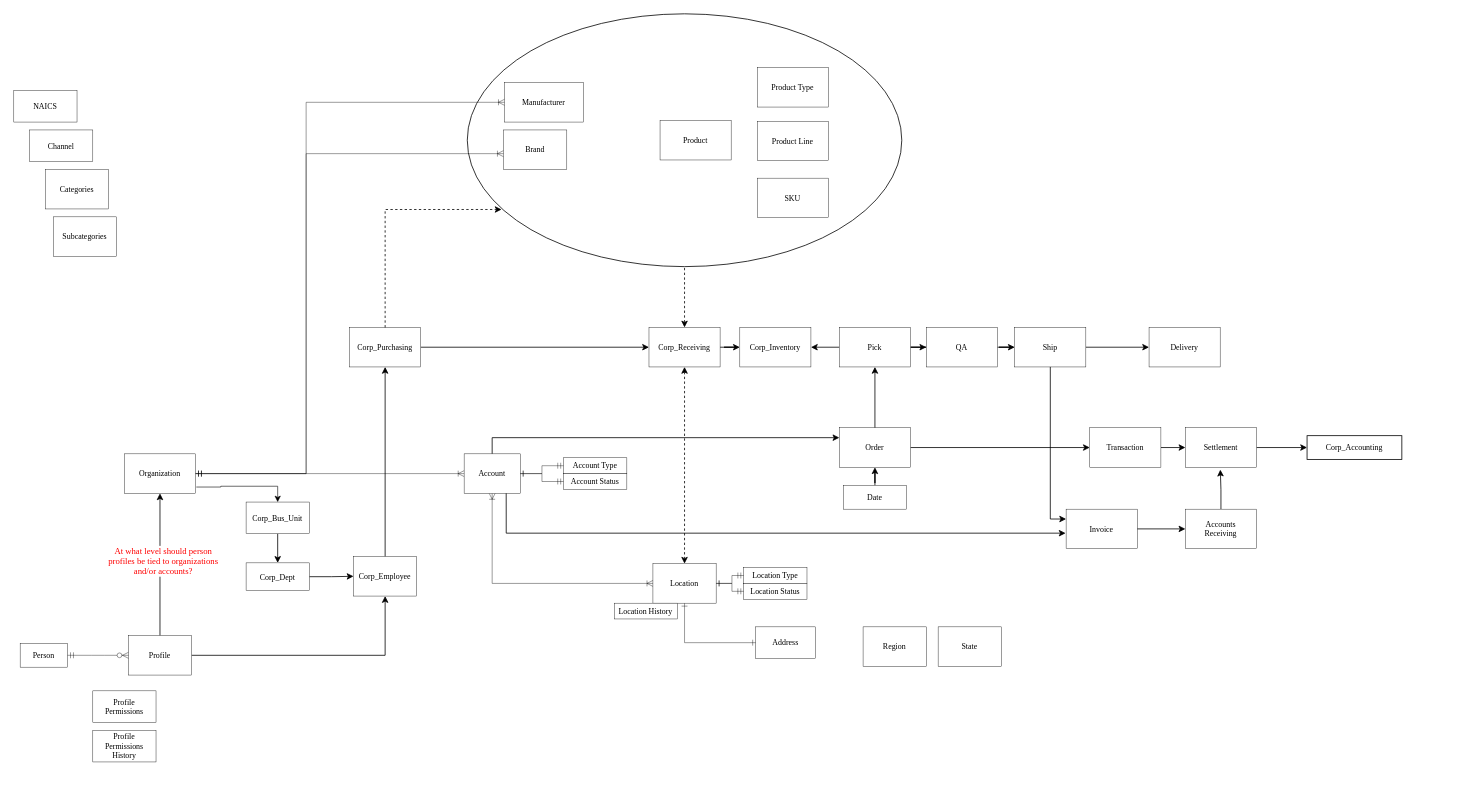
Earlier version of the draw.io diagram data_models/edw.drawio (sean-gits-py/sql_dimension_tables). Source tidied: cells renumbered, new cells numbered last; positions are measured from the earlier drawing's top-left corner, leaving out a move shared by most shapes. Both pictures are drawn from the tidied source at 79%, with x=0, y=0 at pixel (13, 13).
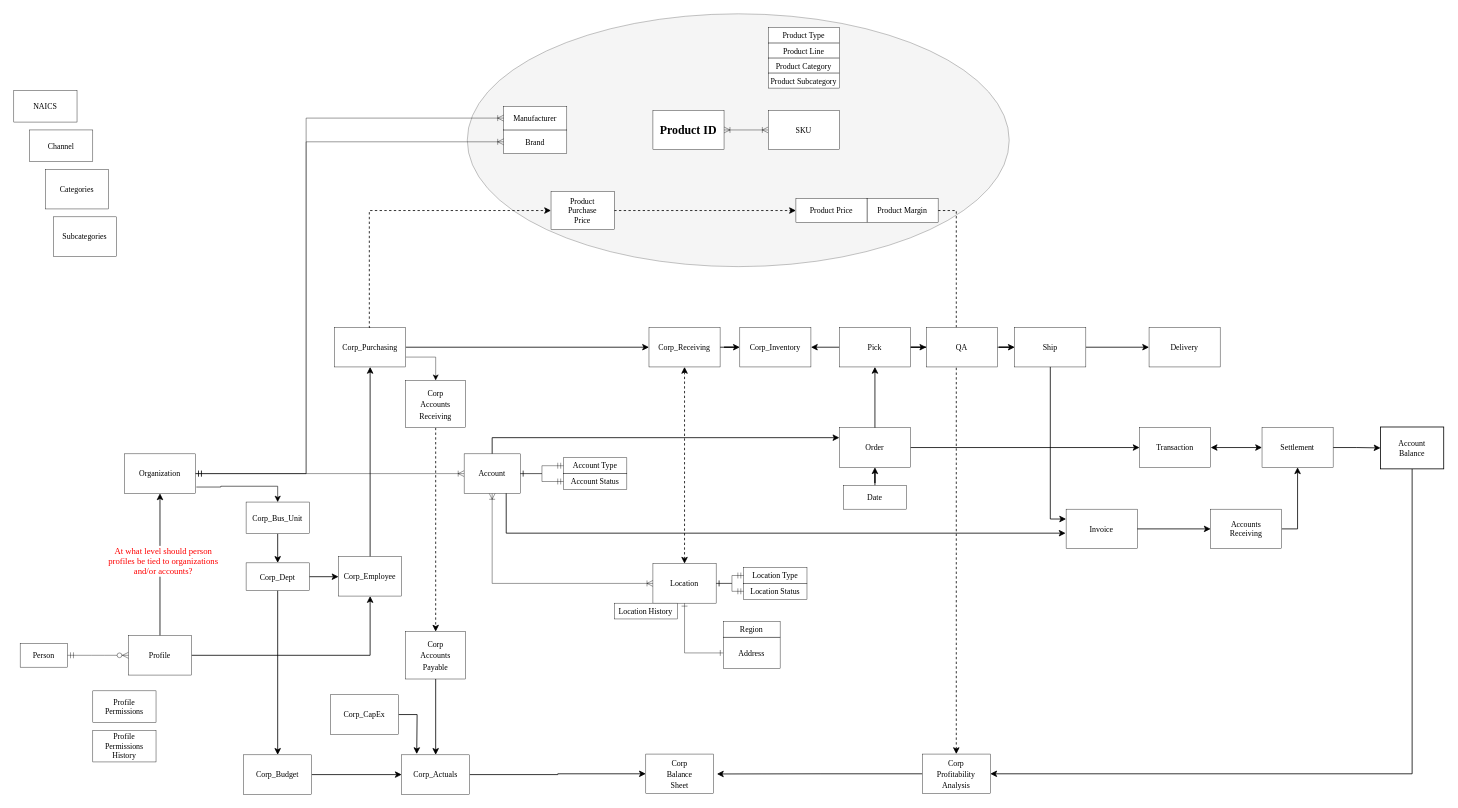
The same diagram, later.

Unchanged cells that the change refers to:
```xml
<mxCell id="6" value="Organization" style="rounded=0;whiteSpace=wrap;html=1;strokeWidth=0.5;fontStyle=0;fontSize=10;fontFamily=Times New Roman;" parent="1" vertex="1">
  <mxGeometry x="140" y="557" width="90" height="50" as="geometry" />
</mxCell>
<mxCell id="27" value="Corp_Dept" style="rounded=0;whiteSpace=wrap;html=1;strokeWidth=0.5;fontStyle=0;fontSize=10;fontFamily=Times New Roman;" parent="1" vertex="1">
  <mxGeometry x="294" y="695" width="80" height="35" as="geometry" />
</mxCell>
<mxCell id="65" value="Corp_Receiving" style="rounded=0;whiteSpace=wrap;html=1;strokeWidth=0.5;fontStyle=0;fontSize=10;fontFamily=Times New Roman;" parent="1" vertex="1">
  <mxGeometry x="804" y="397" width="90" height="50" as="geometry" />
</mxCell>
```

What changed in the source:
```diff
@@
-    <mxCell id="2" style="ellipse;whiteSpace=wrap;html=1;fillColor=none;" parent="1" vertex="1">
-      <mxGeometry x="574" width="550" height="320" as="geometry" />
+    <mxCell id="2" style="ellipse;whiteSpace=wrap;html=1;fillColor=#f5f5f5;fontColor=#333333;strokeColor=#666666;strokeWidth=0.5;" parent="1" vertex="1">
+      <mxGeometry x="574" width="686" height="320" as="geometry" />
     </mxCell>
+    <mxCell id="81" style="edgeStyle=orthogonalEdgeStyle;rounded=0;jettySize=auto;html=1;entryX=0;entryY=0.5;entryDx=0;entryDy=0;strokeWidth=0.5;endArrow=ERoneToMany;endFill=0;startArrow=ERoneToMany;startFill=0;" parent="1" edge="1" source="3" target="23">
+      <mxGeometry relative="1" as="geometry" />
+    </mxCell>
-    <mxCell id="3" value="Product" style="rounded=0;whiteSpace=wrap;html=1;strokeWidth=0.5;fontStyle=0;fontSize=10;fontFamily=Times New Roman;" parent="1" vertex="1">
-      <mxGeometry x="818" y="135" width="90" height="50" as="geometry" />
+    <mxCell id="3" value="&lt;b&gt;&lt;font style=&quot;font-size: 15px;&quot;&gt;Product ID&lt;/font&gt;&lt;/b&gt;" style="rounded=0;whiteSpace=wrap;html=1;strokeWidth=0.5;fontStyle=0;fontSize=10;fontFamily=Times New Roman;" parent="1" vertex="1">
+      <mxGeometry x="809" y="122" width="90" height="50" as="geometry" />
     </mxCell>
@@
     <mxCell id="17" value="Brand" style="rounded=0;whiteSpace=wrap;html=1;strokeWidth=0.5;fontStyle=0;fontSize=10;fontFamily=Times New Roman;" parent="1" vertex="1">
-      <mxGeometry x="620" y="147" width="80" height="50" as="geometry" />
+      <mxGeometry x="620" y="147" width="80" height="30" as="geometry" />
     </mxCell>
     <mxCell id="18" value="Manufacturer" style="rounded=0;whiteSpace=wrap;html=1;strokeWidth=0.5;fontStyle=0;fontSize=10;fontFamily=Times New Roman;" parent="1" vertex="1">
-      <mxGeometry x="621" y="87" width="100" height="50" as="geometry" />
+      <mxGeometry x="620" y="117" width="80" height="30" as="geometry" />
     </mxCell>
@@
     <mxCell id="21" value="Address" style="rounded=0;whiteSpace=wrap;html=1;strokeWidth=0.5;fontStyle=0;fontSize=10;fontFamily=Times New Roman;" parent="1" vertex="1">
-      <mxGeometry x="939" y="776" width="76" height="40" as="geometry" />
+      <mxGeometry x="898" y="789" width="72" height="40" as="geometry" />
     </mxCell>
@@
     <mxCell id="23" value="SKU" style="rounded=0;whiteSpace=wrap;html=1;strokeWidth=0.5;fontStyle=0;fontSize=10;fontFamily=Times New Roman;" parent="1" vertex="1">
-      <mxGeometry x="941" y="208" width="90" height="50" as="geometry" />
+      <mxGeometry x="955" y="122" width="90" height="50" as="geometry" />
     </mxCell>
@@
     <mxCell id="25" value="Corp_Employee" style="rounded=0;whiteSpace=wrap;html=1;strokeWidth=0.5;fontStyle=0;fontSize=10;fontFamily=Times New Roman;" parent="1" vertex="1">
-      <mxGeometry x="430" y="687" width="80" height="50" as="geometry" />
+      <mxGeometry x="411" y="687" width="80" height="50" as="geometry" />
     </mxCell>
@@
+    <mxCell id="82" style="edgeStyle=orthogonalEdgeStyle;rounded=0;jettySize=auto;html=1;" parent="1" edge="1" source="27" target="86">
+      <mxGeometry relative="1" as="geometry" />
+    </mxCell>
@@
+    <mxCell id="83" style="edgeStyle=orthogonalEdgeStyle;rounded=0;jettySize=auto;html=1;exitX=1;exitY=0.75;exitDx=0;exitDy=0;strokeWidth=0.5;" parent="1" edge="1" source="33" target="102">
+      <mxGeometry relative="1" as="geometry" />
+    </mxCell>
     <mxCell id="33" value="Corp_Purchasing" style="rounded=0;whiteSpace=wrap;html=1;strokeWidth=0.5;fontStyle=0;fontSize=10;fontFamily=Times New Roman;" parent="1" vertex="1">
-      <mxGeometry x="425" y="397" width="90" height="50" as="geometry" />
+      <mxGeometry x="406" y="397" width="90" height="50" as="geometry" />
     </mxCell>
-    <mxCell id="34" style="edgeStyle=orthogonalEdgeStyle;rounded=0;jettySize=auto;html=1;exitX=1;exitY=0.5;exitDx=0;exitDy=0;entryX=0;entryY=0.5;entryDx=0;entryDy=0;" parent="1" edge="1" source="35" target="46">
+    <mxCell id="34" style="edgeStyle=orthogonalEdgeStyle;rounded=0;jettySize=auto;html=1;exitX=1;exitY=0.5;exitDx=0;exitDy=0;entryX=0;entryY=0.5;entryDx=0;entryDy=0;startArrow=classic;startFill=1;" parent="1" edge="1" source="35" target="46">
       <mxGeometry relative="1" as="geometry" />
     </mxCell>
+    <mxCell id="84" style="edgeStyle=orthogonalEdgeStyle;rounded=0;jettySize=auto;html=1;exitX=0.5;exitY=1;exitDx=0;exitDy=0;entryX=1;entryY=0.5;entryDx=0;entryDy=0;" parent="1" edge="1" source="77" target="92">
+      <mxGeometry relative="1" as="geometry" />
+    </mxCell>
     <mxCell id="35" value="Transaction" style="rounded=0;whiteSpace=wrap;html=1;strokeWidth=0.5;fontStyle=0;fontSize=10;fontFamily=Times New Roman;" parent="1" vertex="1">
-      <mxGeometry x="1362" y="524" width="90" height="50" as="geometry" />
+      <mxGeometry x="1425" y="524" width="90" height="50" as="geometry" />
     </mxCell>
     <mxCell id="36" value="Region" style="rounded=0;whiteSpace=wrap;html=1;strokeWidth=0.5;fontStyle=0;fontSize=10;fontFamily=Times New Roman;" parent="1" vertex="1">
-      <mxGeometry x="1075" y="776" width="80" height="50" as="geometry" />
+      <mxGeometry x="898" y="769" width="72" height="20" as="geometry" />
     </mxCell>
-    <mxCell id="37" value="State" style="rounded=0;whiteSpace=wrap;html=1;strokeWidth=0.5;fontStyle=0;fontSize=10;fontFamily=Times New Roman;" parent="1" vertex="1">
-      <mxGeometry x="1170" y="776" width="80" height="50" as="geometry" />
-    </mxCell>
     <mxCell id="38" value="Product Type" style="rounded=0;whiteSpace=wrap;html=1;strokeWidth=0.5;fontStyle=0;fontSize=10;fontFamily=Times New Roman;" parent="1" vertex="1">
-      <mxGeometry x="941" y="68" width="90" height="50" as="geometry" />
+      <mxGeometry x="955" y="17" width="90" height="20" as="geometry" />
     </mxCell>
     <mxCell id="39" value="Product Line" style="rounded=0;whiteSpace=wrap;html=1;strokeWidth=0.5;fontStyle=0;fontSize=10;fontFamily=Times New Roman;" parent="1" vertex="1">
-      <mxGeometry x="941" y="136" width="90" height="50" as="geometry" />
+      <mxGeometry x="955" y="37" width="90" height="19" as="geometry" />
     </mxCell>
@@
     <mxCell id="46" value="Settlement" style="rounded=0;whiteSpace=wrap;html=1;strokeWidth=0.5;fontStyle=0;fontSize=10;fontFamily=Times New Roman;" parent="1" vertex="1">
-      <mxGeometry x="1483" y="524" width="90" height="50" as="geometry" />
+      <mxGeometry x="1580" y="524" width="90" height="50" as="geometry" />
     </mxCell>
@@
-    <mxCell id="50" style="edgeStyle=orthogonalEdgeStyle;rounded=0;jettySize=auto;html=1;entryX=-0.004;entryY=0.6;entryDx=0;entryDy=0;startArrow=ERmandOne;startFill=0;endArrow=ERoneToMany;endFill=0;strokeWidth=0.5;entryPerimeter=0;exitX=1;exitY=0.5;exitDx=0;exitDy=0;" parent="1" edge="1" source="6" target="17">
+    <mxCell id="50" style="edgeStyle=orthogonalEdgeStyle;rounded=0;jettySize=auto;html=1;startArrow=ERmandOne;startFill=0;endArrow=ERoneToMany;endFill=0;strokeWidth=0.5;exitX=1;exitY=0.5;exitDx=0;exitDy=0;entryX=0;entryY=0.5;entryDx=0;entryDy=0;" parent="1" edge="1" source="6" target="17">
       <mxGeometry relative="1" as="geometry">
         <Array as="points">
           <mxPoint x="370" y="582" />
-          <mxPoint x="370" y="177" />
+          <mxPoint x="370" y="162" />
         </Array>
       </mxGeometry>
     </mxCell>
     <mxCell id="51" style="edgeStyle=orthogonalEdgeStyle;rounded=0;jettySize=auto;html=1;entryX=0;entryY=0.5;entryDx=0;entryDy=0;startArrow=ERmandOne;startFill=0;endArrow=ERoneToMany;endFill=0;strokeWidth=0.5;exitX=1;exitY=0.5;exitDx=0;exitDy=0;" parent="1" edge="1" source="6" target="18">
       <mxGeometry relative="1" as="geometry">
         <Array as="points">
           <mxPoint x="370" y="582" />
-          <mxPoint x="370" y="112" />
+          <mxPoint x="370" y="132" />
         </Array>
       </mxGeometry>
     </mxCell>
@@
-    <mxCell id="64" style="edgeStyle=orthogonalEdgeStyle;rounded=0;jettySize=auto;html=1;startArrow=classic;startFill=1;endArrow=none;endFill=0;dashed=1;entryX=0.5;entryY=1;entryDx=0;entryDy=0;" parent="1" edge="1" source="65" target="2">
-      <mxGeometry relative="1" as="geometry" />
-    </mxCell>
@@
-    <mxCell id="73" style="edgeStyle=orthogonalEdgeStyle;rounded=0;jettySize=auto;html=1;exitX=0.5;exitY=0;exitDx=0;exitDy=0;" parent="1" edge="1" source="74">
-      <mxGeometry relative="1" as="geometry">
-        <mxPoint x="1527.2" y="577" as="targetPoint" />
-      </mxGeometry>
+    <mxCell id="73" style="edgeStyle=orthogonalEdgeStyle;rounded=0;jettySize=auto;html=1;exitX=1;exitY=0.5;exitDx=0;exitDy=0;entryX=0.5;entryY=1;entryDx=0;entryDy=0;" parent="1" edge="1" source="74" target="46">
+      <mxGeometry relative="1" as="geometry" />
     </mxCell>
     <mxCell id="74" value="Accounts&lt;br&gt;Receiving" style="rounded=0;whiteSpace=wrap;html=1;strokeWidth=0.5;fontStyle=0;fontSize=10;fontFamily=Times New Roman;" parent="1" vertex="1">
-      <mxGeometry x="1483" y="627" width="90" height="50" as="geometry" />
+      <mxGeometry x="1515" y="627" width="90" height="50" as="geometry" />
     </mxCell>
@@
-    <mxCell id="77" value="Corp_Accounting" style="rounded=0;whiteSpace=wrap;html=1;fontFamily=Times New Roman;fontSize=10;" parent="1" vertex="1">
-      <mxGeometry x="1637" y="534" width="120" height="30" as="geometry" />
+    <mxCell id="77" value="Account&lt;br&gt;Balance" style="rounded=0;whiteSpace=wrap;html=1;fontFamily=Times New Roman;fontSize=10;" parent="1" vertex="1">
+      <mxGeometry x="1730" y="523" width="80" height="53" as="geometry" />
     </mxCell>
-    <mxCell id="78" style="edgeStyle=orthogonalEdgeStyle;rounded=0;jettySize=auto;html=1;entryX=0.079;entryY=0.774;entryDx=0;entryDy=0;exitX=0.5;exitY=0;exitDx=0;exitDy=0;dashed=1;entryPerimeter=0;" parent="1" edge="1" source="33" target="2">
+    <mxCell id="78" style="edgeStyle=orthogonalEdgeStyle;rounded=0;jettySize=auto;html=1;exitX=0.5;exitY=0;exitDx=0;exitDy=0;dashed=1;entryX=0;entryY=0.5;entryDx=0;entryDy=0;" parent="1" edge="1" source="33" target="96">
       <mxGeometry relative="1" as="geometry">
         <Array as="points">
-          <mxPoint x="470" y="248" />
+          <mxPoint x="450" y="397" />
+          <mxPoint x="450" y="249" />
         </Array>
       </mxGeometry>
     </mxCell>
@@
+    <mxCell id="85" style="edgeStyle=orthogonalEdgeStyle;rounded=0;jettySize=auto;html=1;exitX=1;exitY=0.5;exitDx=0;exitDy=0;entryX=0;entryY=0.5;entryDx=0;entryDy=0;" parent="1" edge="1" source="86" target="88">
+      <mxGeometry relative="1" as="geometry" />
+    </mxCell>
+    <mxCell id="86" value="&lt;font face=&quot;Times New Roman&quot; style=&quot;font-size: 10px;&quot;&gt;Corp_Budget&lt;/font&gt;" style="rounded=0;whiteSpace=wrap;html=1;strokeWidth=0.5;" parent="1" vertex="1">
+      <mxGeometry x="291" y="938" width="86" height="50" as="geometry" />
+    </mxCell>
+    <mxCell id="87" style="edgeStyle=orthogonalEdgeStyle;rounded=0;jettySize=auto;html=1;exitX=1;exitY=0.5;exitDx=0;exitDy=0;entryX=0;entryY=0.5;entryDx=0;entryDy=0;" parent="1" edge="1" source="88" target="100">
+      <mxGeometry relative="1" as="geometry" />
+    </mxCell>
+    <mxCell id="88" value="&lt;font face=&quot;Times New Roman&quot; style=&quot;font-size: 10px;&quot;&gt;Corp_Actuals&lt;/font&gt;" style="rounded=0;whiteSpace=wrap;html=1;strokeWidth=0.5;" parent="1" vertex="1">
+      <mxGeometry x="491" y="938" width="86" height="50" as="geometry" />
+    </mxCell>
+    <mxCell id="89" style="edgeStyle=orthogonalEdgeStyle;rounded=0;jettySize=auto;html=1;" parent="1" edge="1" source="90">
+      <mxGeometry relative="1" as="geometry">
+        <mxPoint x="510" y="937" as="targetPoint" />
+      </mxGeometry>
+    </mxCell>
+    <mxCell id="90" value="&lt;font face=&quot;Times New Roman&quot; style=&quot;font-size: 10px;&quot;&gt;Corp_CapEx&lt;/font&gt;" style="rounded=0;whiteSpace=wrap;html=1;strokeWidth=0.5;" parent="1" vertex="1">
+      <mxGeometry x="401" y="862" width="86" height="50" as="geometry" />
+    </mxCell>
+    <mxCell id="91" style="edgeStyle=orthogonalEdgeStyle;rounded=0;jettySize=auto;html=1;exitX=0;exitY=0.5;exitDx=0;exitDy=0;" parent="1" edge="1" source="92">
+      <mxGeometry relative="1" as="geometry">
+        <mxPoint x="890" y="962.2" as="targetPoint" />
+      </mxGeometry>
+    </mxCell>
+    <mxCell id="92" value="&lt;font style=&quot;font-size: 10px;&quot; face=&quot;Times New Roman&quot;&gt;Corp&lt;br&gt;Profitability&lt;br&gt;Analysis&lt;/font&gt;" style="rounded=0;whiteSpace=wrap;html=1;strokeWidth=0.5;" parent="1" vertex="1">
+      <mxGeometry x="1150" y="937" width="86" height="50" as="geometry" />
+    </mxCell>
+    <mxCell id="93" style="edgeStyle=orthogonalEdgeStyle;rounded=0;jettySize=auto;html=1;exitX=1;exitY=0.5;exitDx=0;exitDy=0;dashed=1;" parent="1" edge="1" source="94" target="92">
+      <mxGeometry relative="1" as="geometry" />
+    </mxCell>
+    <mxCell id="94" value="Product Margin" style="rounded=0;whiteSpace=wrap;html=1;strokeWidth=0.5;fontStyle=0;fontSize=10;fontFamily=Times New Roman;" parent="1" vertex="1">
+      <mxGeometry x="1080" y="234" width="90" height="30" as="geometry" />
+    </mxCell>
+    <mxCell id="95" style="edgeStyle=orthogonalEdgeStyle;rounded=0;jettySize=auto;html=1;entryX=0;entryY=0.5;entryDx=0;entryDy=0;dashed=1;" parent="1" edge="1" source="96" target="97">
+      <mxGeometry relative="1" as="geometry" />
+    </mxCell>
+    <mxCell id="96" value="Product &lt;br&gt;Purchase&lt;br&gt;Price" style="rounded=0;whiteSpace=wrap;html=1;strokeWidth=0.5;fontStyle=0;fontSize=10;fontFamily=Times New Roman;" parent="1" vertex="1">
+      <mxGeometry x="680" y="225" width="80" height="48" as="geometry" />
+    </mxCell>
@@
+    <mxCell id="97" value="Product Price" style="rounded=0;whiteSpace=wrap;html=1;strokeWidth=0.5;fontStyle=0;fontSize=10;fontFamily=Times New Roman;" parent="1" vertex="1">
+      <mxGeometry x="990" y="234" width="90" height="30" as="geometry" />
+    </mxCell>
+    <mxCell id="98" value="Product Category" style="rounded=0;whiteSpace=wrap;html=1;strokeWidth=0.5;fontStyle=0;fontSize=10;fontFamily=Times New Roman;" parent="1" vertex="1">
+      <mxGeometry x="955" y="56" width="90" height="19" as="geometry" />
+    </mxCell>
+    <mxCell id="99" value="Product Subcategory" style="rounded=0;whiteSpace=wrap;html=1;strokeWidth=0.5;fontStyle=0;fontSize=10;fontFamily=Times New Roman;" parent="1" vertex="1">
+      <mxGeometry x="955" y="75" width="90" height="19" as="geometry" />
+    </mxCell>
+    <mxCell id="100" value="&lt;font style=&quot;font-size: 10px;&quot; face=&quot;Times New Roman&quot;&gt;Corp&lt;br&gt;Balance&lt;br&gt;Sheet&lt;/font&gt;" style="rounded=0;whiteSpace=wrap;html=1;strokeWidth=0.5;" parent="1" vertex="1">
+      <mxGeometry x="800" y="937" width="86" height="50" as="geometry" />
+    </mxCell>
+    <mxCell id="101" style="edgeStyle=orthogonalEdgeStyle;rounded=0;jettySize=auto;html=1;exitX=0.5;exitY=1;exitDx=0;exitDy=0;entryX=0.5;entryY=0;entryDx=0;entryDy=0;dashed=1;" parent="1" edge="1" source="102" target="104">
+      <mxGeometry relative="1" as="geometry" />
+    </mxCell>
+    <mxCell id="102" value="&lt;font face=&quot;Times New Roman&quot; style=&quot;font-size: 10px;&quot;&gt;Corp&lt;br&gt;Accounts&lt;br&gt;Receiving&lt;/font&gt;" style="rounded=0;whiteSpace=wrap;html=1;strokeWidth=0.5;" parent="1" vertex="1">
+      <mxGeometry x="496" y="464" width="76" height="60" as="geometry" />
+    </mxCell>
+    <mxCell id="103" style="edgeStyle=orthogonalEdgeStyle;rounded=0;jettySize=auto;html=1;entryX=0.5;entryY=0;entryDx=0;entryDy=0;" parent="1" edge="1" source="104" target="88">
+      <mxGeometry relative="1" as="geometry" />
+    </mxCell>
+    <mxCell id="104" value="&lt;font face=&quot;Times New Roman&quot; style=&quot;font-size: 10px;&quot;&gt;Corp&lt;br&gt;Accounts&lt;br&gt;Payable&lt;br&gt;&lt;/font&gt;" style="rounded=0;whiteSpace=wrap;html=1;strokeWidth=0.5;" parent="1" vertex="1">
+      <mxGeometry x="496" y="782" width="76" height="60" as="geometry" />
+    </mxCell>
```
